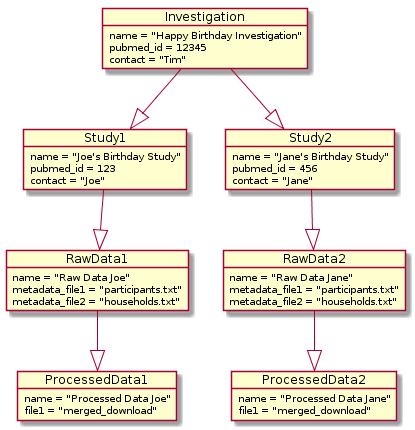
jbrestel/org-docs keeps this PlantUML diagram as project_planning/images/clinepi_investigation_uml.png. Above is the earlier version. Source of this version:
```plantuml
@startuml
object Investigation {
        name = "Happy Birthday Investigation"
        pubmed_id = 12345
            contact = "Tim"
}

object Study1 {
        name = "Joe's Birthday Study"
        pubmed_id = 123
            contact = "Joe"
}
object Study2 {
        name = "Jane's Birthday Study"
        pubmed_id = 456
            contact = "Jane"
}

object RawData1 {
        name = "Raw Data Joe"
        metadata_file1 = "participants.txt"
        metadata_file2 = "households.txt"
}
object ProcessedData1 {
        name = "Processed Data Joe"
        file1 = "merged_download"
}

object RawData2 {
        name = "Raw Data Jane"
        metadata_file1 = "participants.txt"
        metadata_file2 = "households.txt"
}
object ProcessedData2 {
        name = "Processed Data Jane"
        file1 = "merged_download"
}

Investigation --|> Study1
Investigation --|> Study2
Study1 --|> RawData1
RawData1 --|> ProcessedData1
Study2 --|> RawData2
RawData2 --|> ProcessedData2
@enduml
```
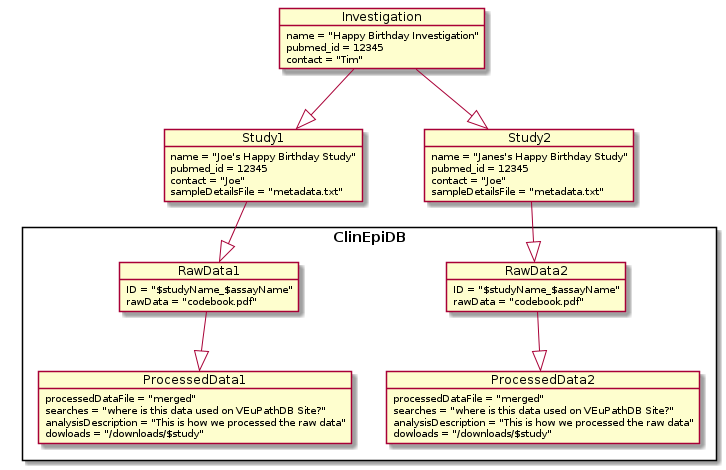
Later version of the same file.

What changed in the source:
```diff
@@ -1,45 +1,56 @@
 @startuml
-object Investigation {
-        name = "Happy Birthday Investigation"
+  object Investigation {
+          name = "Happy Birthday Investigation"
+          pubmed_id = 12345
+              contact = "Tim"
+  }
+
+
+object Study1 {
+        name = "Joe's Happy Birthday Study"
         pubmed_id = 12345
-            contact = "Tim"
+        contact = "Joe"
+        sampleDetailsFile = "metadata.txt"
+}
+object Study2 {
+        name = "Janes's Happy Birthday Study"
+        pubmed_id = 12345
+        contact = "Joe"
+        sampleDetailsFile = "metadata.txt"
 }
 
-object Study1 {
-        name = "Joe's Birthday Study"
-        pubmed_id = 123
-            contact = "Joe"
-}
-object Study2 {
-        name = "Jane's Birthday Study"
-        pubmed_id = 456
-            contact = "Jane"
+
+    rectangle ClinEpiDB {
+        object RawData1 {
+                ID = "$studyName_$assayName"
+                rawData = "codebook.pdf"
+        }
+        object ProcessedData1 {
+                processedDataFile = "merged"
+                searches = "where is this data used on VEuPathDB Site?"
+                analysisDescription = "This is how we processed the raw data"
+                dowloads = "/downloads/$study"
+        }
+
+
+
+        object RawData2 {
+                ID = "$studyName_$assayName"
+                rawData = "codebook.pdf"
+        }
+        object ProcessedData2 {
+                processedDataFile = "merged"
+                searches = "where is this data used on VEuPathDB Site?"
+                analysisDescription = "This is how we processed the raw data"
+                dowloads = "/downloads/$study"
+        }
+
 }
 
-object RawData1 {
-        name = "Raw Data Joe"
-        metadata_file1 = "participants.txt"
-        metadata_file2 = "households.txt"
-}
-object ProcessedData1 {
-        name = "Processed Data Joe"
-        file1 = "merged_download"
-}
-
-object RawData2 {
-        name = "Raw Data Jane"
-        metadata_file1 = "participants.txt"
-        metadata_file2 = "households.txt"
-}
-object ProcessedData2 {
-        name = "Processed Data Jane"
-        file1 = "merged_download"
-}
-
-Investigation --|> Study1
-Investigation --|> Study2
+  Investigation --|> Study1
+  Investigation --|> Study2
 Study1 --|> RawData1
+Study2 --|> RawData2
 RawData1 --|> ProcessedData1
-Study2 --|> RawData2
 RawData2 --|> ProcessedData2
 @enduml
```
